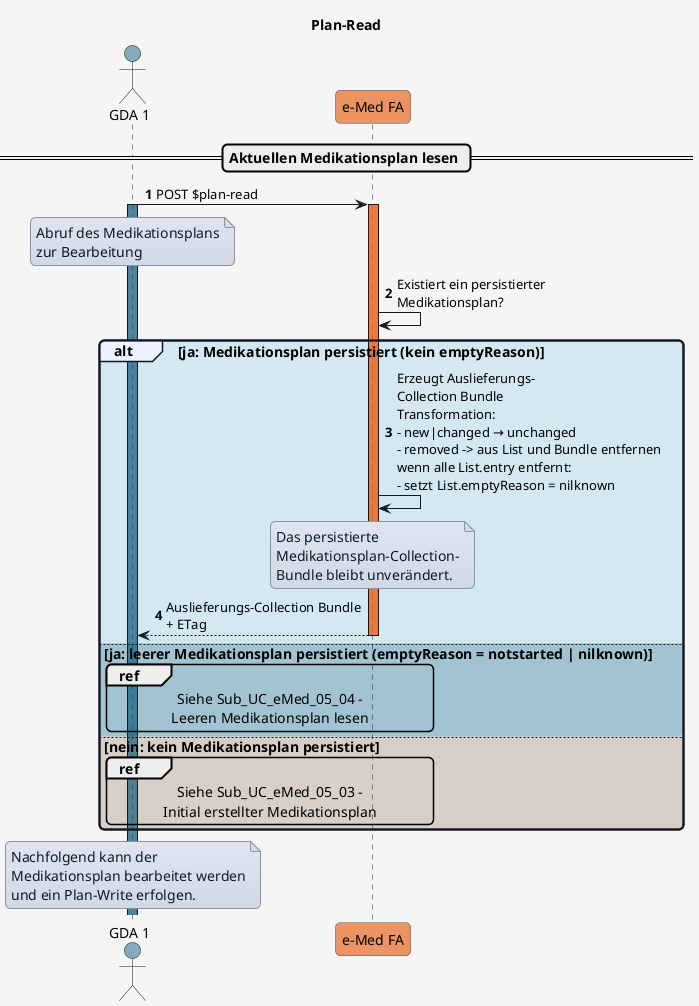
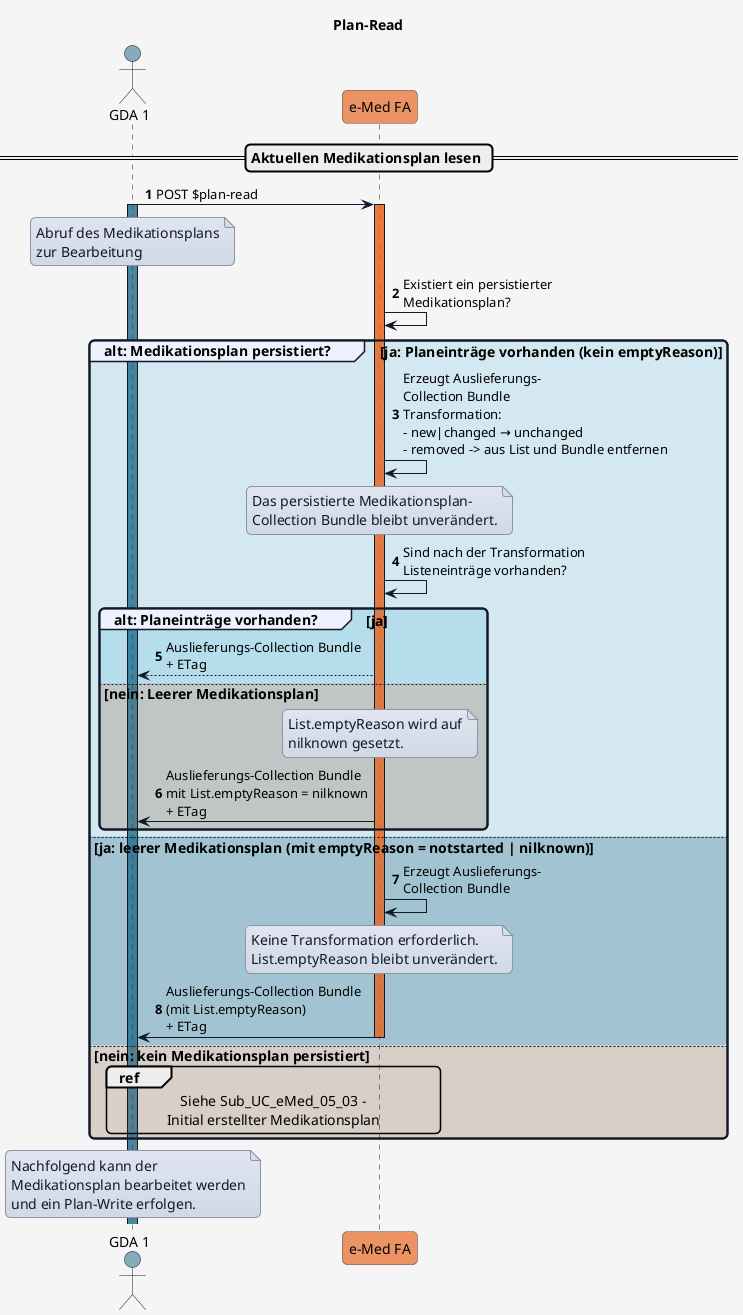
@startuml
title Plan-Read

'skinparam actorStyle awesome

skinparam borderColor #000000
skinparam backgroundColor #f5f5f5
skinparam shadowing false
skinparam roundCorner 10
skinparam defaultFontName "Arial"
skinparam defaultFontSize 14
skinparam defaultFontColor #000000
skinparam HyperlinkColor #0000EE
skinparam HyperlinkUnderline false
skinparam BoxPadding 20
skinparam BoxBorderColor #555555

skinparam note {
  BackgroundColor #e0e5f0-#d1d9e6
  BorderColor #8b95a5
  BorderThickness 1
  RoundCorner 0
  Padding 6
  FontColor #111827
  Shadowing false
}

skinparam sequence {
  ParticipantBorderColor #555555
  ParticipantBackgroundColor #ffffff
  ParticipantFontColor #000000
  ParticipantFontSize 14
  ParticipantPadding 20
  ArrowColor #111827
  ArrowThickness 1
  ArrowFontColor #000000
  ArrowFontSize 13
  GroupBorderColor #111827
  GroupBackgroundColor #eef2ff
  GroupBorderThickness 2
}

!define COLOR_GDA_1    #15608280
!define COLOR_GDA_2    #96607D80
!define COLOR_PATIENT  #196B2480
!define COLOR_APO      #0F9ED590
!define COLOR_EMED_FA  #e97232bd
!define COLOR_E_REZEPT #cd3732a9

!define COLOR_OK       #0F9ED525
!define COLOR_OK_2     #34738d4e
!define COLOR_ERROR    #E9713235

actor GDA_1 as "GDA 1" COLOR_GDA_1
participant eMed_FA as "e-Med FA" COLOR_EMED_FA


autonumber

== Aktuellen Medikationsplan lesen ==

GDA_1 -> eMed_FA: POST $plan-read
activate GDA_1 COLOR_GDA_1

note over GDA_1
Abruf des Medikationsplans
zur Bearbeitung
end note

activate eMed_FA COLOR_EMED_FA
eMed_FA -> eMed_FA: Existiert ein persistierter\nMedikationsplan?

- alt COLOR_OK ja: Medikationsplan persistiert (kein emptyReason)
-   eMed_FA -> eMed_FA: Erzeugt Auslieferungs-\nCollection Bundle\nTransformation:\n- new|changed → unchanged\n- removed -> aus List und Bundle entfernen\nwenn alle List.entry entfernt:\n- setzt List.emptyReason = nilknown
+ group COLOR_OK alt: Medikationsplan persistiert? [ja: Planeinträge vorhanden (kein emptyReason)]
+   eMed_FA -> eMed_FA: Erzeugt Auslieferungs-\nCollection Bundle\nTransformation:\n- new|changed → unchanged\n- removed -> aus List und Bundle entfernen
  note over eMed_FA
-   Das persistierte
-   Medikationsplan-Collection-
-   Bundle bleibt unverändert.
+   Das persistierte Medikationsplan-
+   Collection Bundle bleibt unverändert.
  end note
+   eMed_FA -> eMed_FA: Sind nach der Transformation\nListeneinträge vorhanden?

-   eMed_FA --> GDA_1: Auslieferungs-Collection Bundle\n+ ETag
+   group COLOR_OK alt: Planeinträge vorhanden? [ja]
+     eMed_FA --> GDA_1: Auslieferungs-Collection Bundle\n+ ETag

- else COLOR_OK_2 ja: leerer Medikationsplan persistiert (emptyReason = notstarted | nilknown)
+   else COLOR_ERROR nein: Leerer Medikationsplan
+     note over eMed_FA
+     List.emptyReason wird auf
+     nilknown gesetzt.
+     end note
+     eMed_FA -> GDA_1: Auslieferungs-Collection Bundle\nmit List.emptyReason = nilknown\n+ ETag

-   ref over GDA_1,eMed_FA
-   Siehe Sub_UC_eMed_05_04 -
-   Leeren Medikationsplan lesen
-   end ref
+   end
+ 
+ else COLOR_OK_2 ja: leerer Medikationsplan (mit emptyReason = notstarted | nilknown)
+ 
+   eMed_FA -> eMed_FA: Erzeugt Auslieferungs-\nCollection Bundle
+   note over eMed_FA
+   Keine Transformation erforderlich.
+   List.emptyReason bleibt unverändert.
+   end note
+   eMed_FA -> GDA_1: Auslieferungs-Collection Bundle\n(mit List.emptyReason)\n+ ETag
+ 

else COLOR_ERROR nein: kein Medikationsplan persistiert

  ref over GDA_1,eMed_FA
  Siehe Sub_UC_eMed_05_03 -
  Initial erstellter Medikationsplan
  end ref

  deactivate eMed_FA
end

note over GDA_1
Nachfolgend kann der
Medikationsplan bearbeitet werden
und ein Plan-Write erfolgen.
end note

@enduml